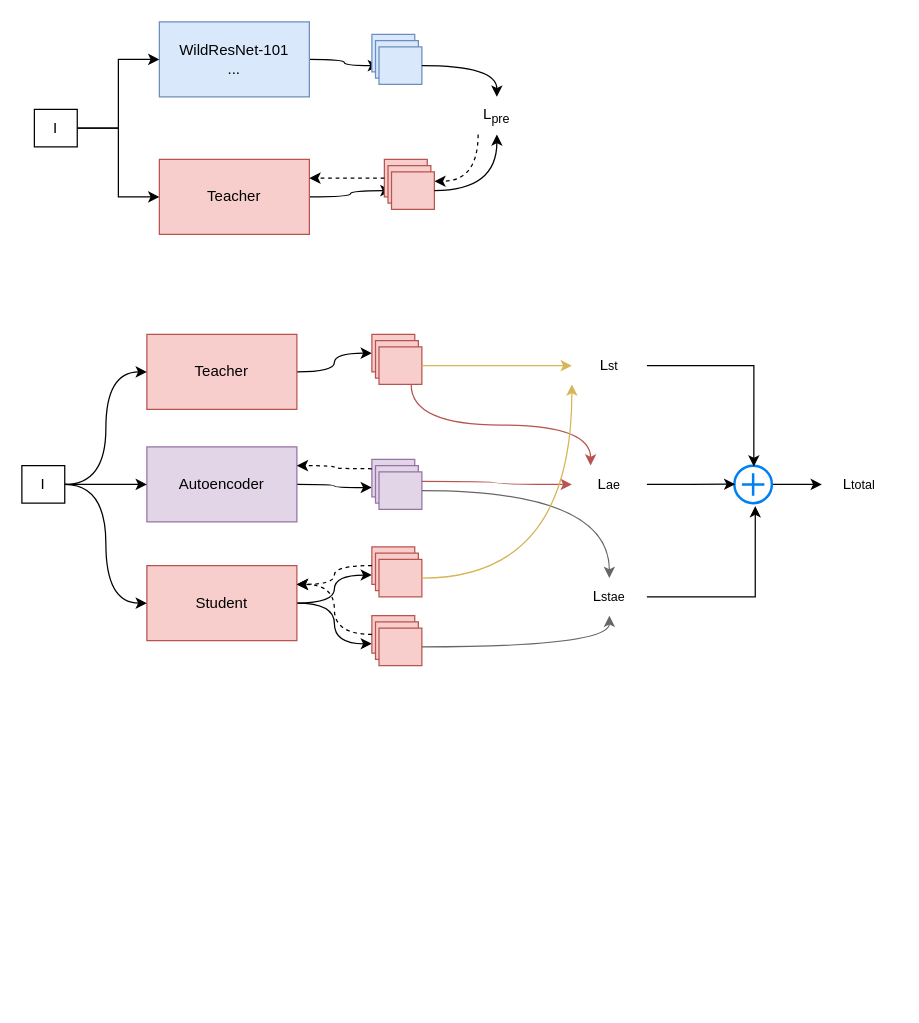
Above: weekly240716.drawio in spaceboy202105/img (draw.io), before the change. Source tidied: cells renumbered, new cells numbered last; positions are measured from the earlier drawing's top-left corner, leaving out a move shared by most shapes. Both pictures are drawn from the tidied source at 125%, with x=0, y=0 at pixel (21, 21).
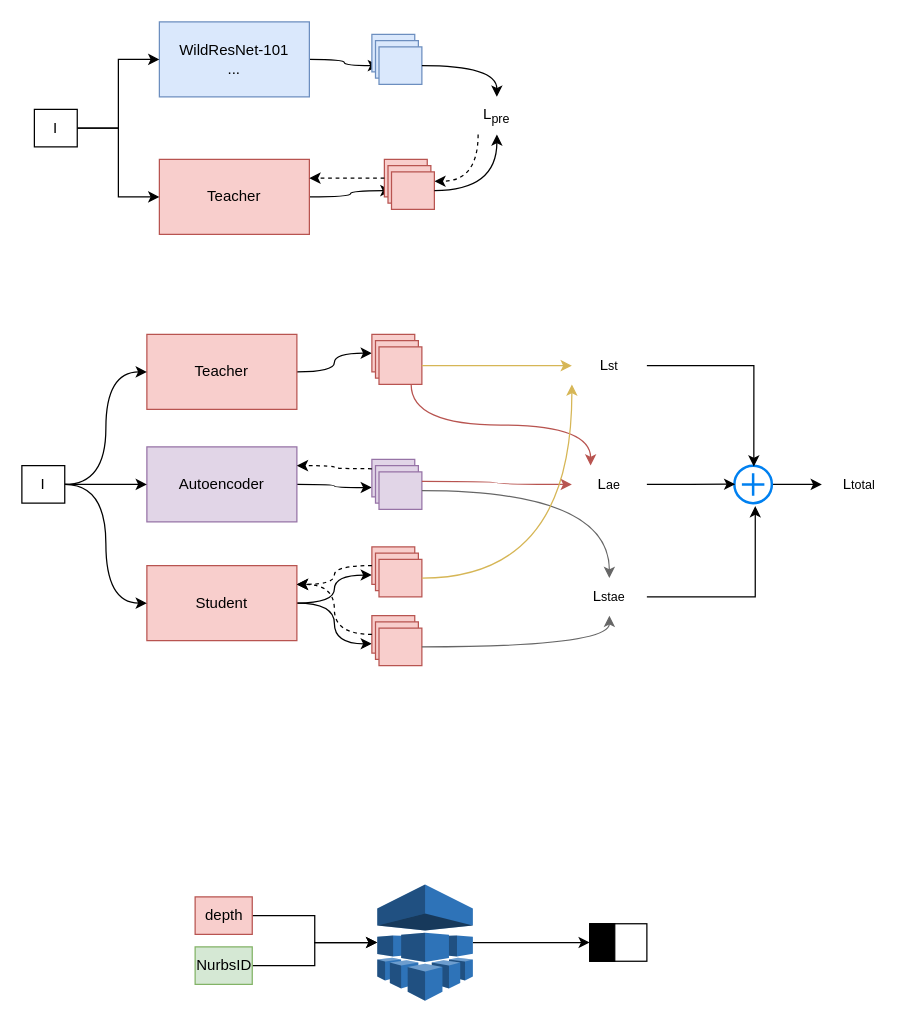
The same page after the edit.

Diff of the diagram source:
```diff
@@
+    <mxCell id="67" style="edgeStyle=orthogonalEdgeStyle;rounded=0;jettySize=auto;html=1;exitX=1;exitY=0.5;exitDx=0;exitDy=0;" parent="1" edge="1" source="68" target="72">
+      <mxGeometry relative="1" as="geometry" />
+    </mxCell>
+    <mxCell id="68" value="depth" style="rounded=0;whiteSpace=wrap;html=1;fillColor=#f8cecc;strokeColor=#b85450;" parent="1" vertex="1">
+      <mxGeometry x="138.6" y="700" width="45.7" height="30" as="geometry" />
+    </mxCell>
+    <mxCell id="69" style="edgeStyle=orthogonalEdgeStyle;rounded=0;jettySize=auto;html=1;exitX=1;exitY=0.5;exitDx=0;exitDy=0;" parent="1" edge="1" source="70" target="72">
+      <mxGeometry relative="1" as="geometry" />
+    </mxCell>
+    <mxCell id="70" value="NurbsID" style="rounded=0;whiteSpace=wrap;html=1;fillColor=#d5e8d4;strokeColor=#82b366;" parent="1" vertex="1">
+      <mxGeometry x="138.6" y="740" width="45.7" height="30" as="geometry" />
+    </mxCell>
+    <mxCell id="71" style="edgeStyle=orthogonalEdgeStyle;rounded=0;jettySize=auto;html=1;exitX=1;exitY=0.5;exitDx=0;exitDy=0;exitPerimeter=0;entryX=0;entryY=0.5;entryDx=0;entryDy=0;" parent="1" edge="1" source="72" target="74">
+      <mxGeometry relative="1" as="geometry" />
+    </mxCell>
+    <mxCell id="72" style="outlineConnect=0;dashed=0;verticalLabelPosition=bottom;verticalAlign=top;align=center;html=1;shape=mxgraph.aws3.machine_learning;fillColor=#2E73B8;gradientColor=none;" parent="1" vertex="1">
+      <mxGeometry x="284.3" y="690" width="76.5" height="93" as="geometry" />
+    </mxCell>
+    <mxCell id="73" style="rounded=0;whiteSpace=wrap;html=1;" parent="1" vertex="1">
+      <mxGeometry x="454.3" y="721.5" width="45.7" height="30" as="geometry" />
+    </mxCell>
+    <mxCell id="74" style="rounded=0;whiteSpace=wrap;html=1;fillColor=#000000;" parent="1" vertex="1">
+      <mxGeometry x="454.3" y="721.5" width="20" height="30" as="geometry" />
+    </mxCell>
```
